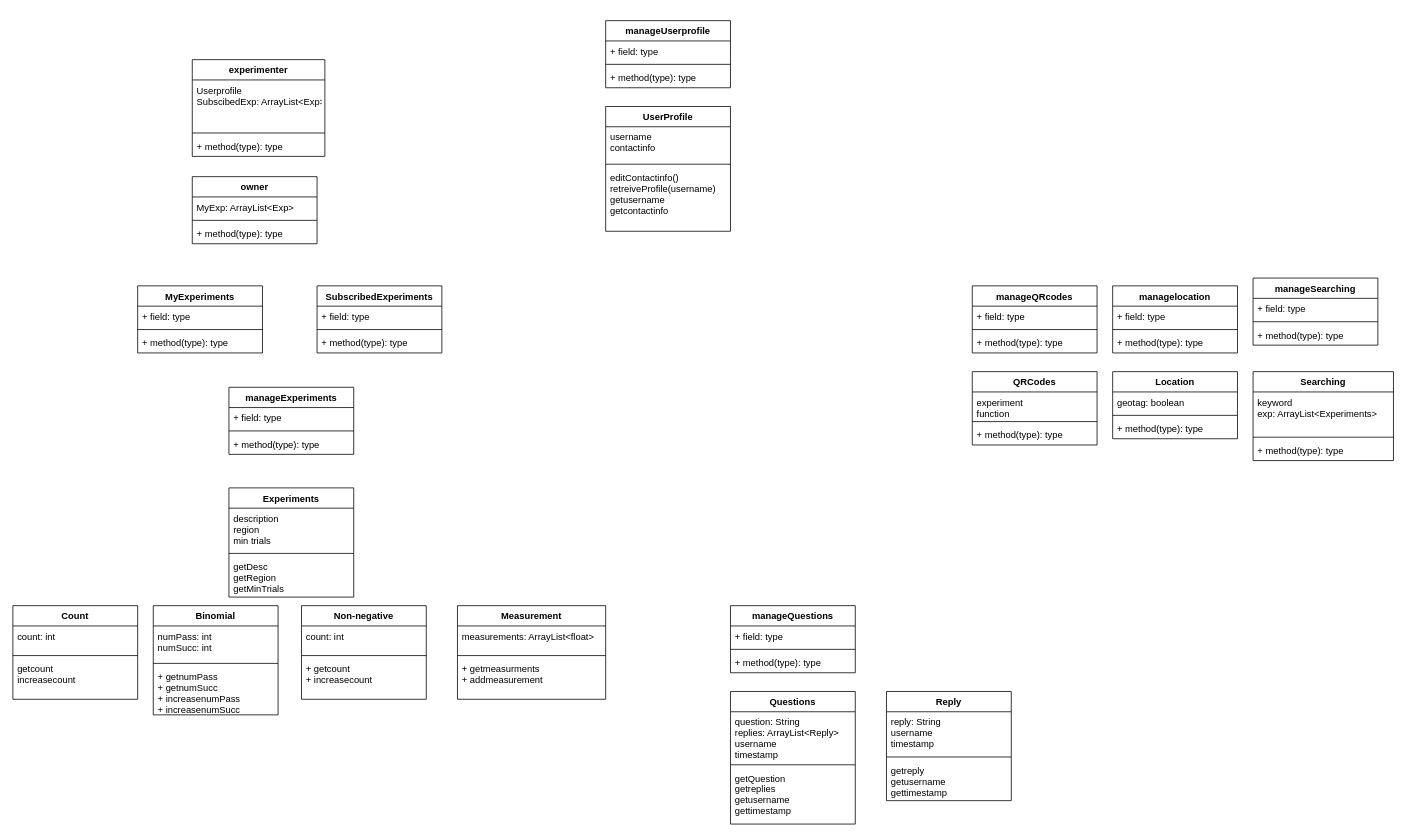
This is doc/UMLdiagram.drawio from CMPUT301W21T26/CrowdTest, a draw.io file, before an edit. Source tidied: cells renumbered, new cells numbered last; positions are measured from the earlier drawing's top-left corner, leaving out a move shared by most shapes. Both pictures are drawn from the tidied source at 78%, with x=0, y=0 at pixel (12, 20).
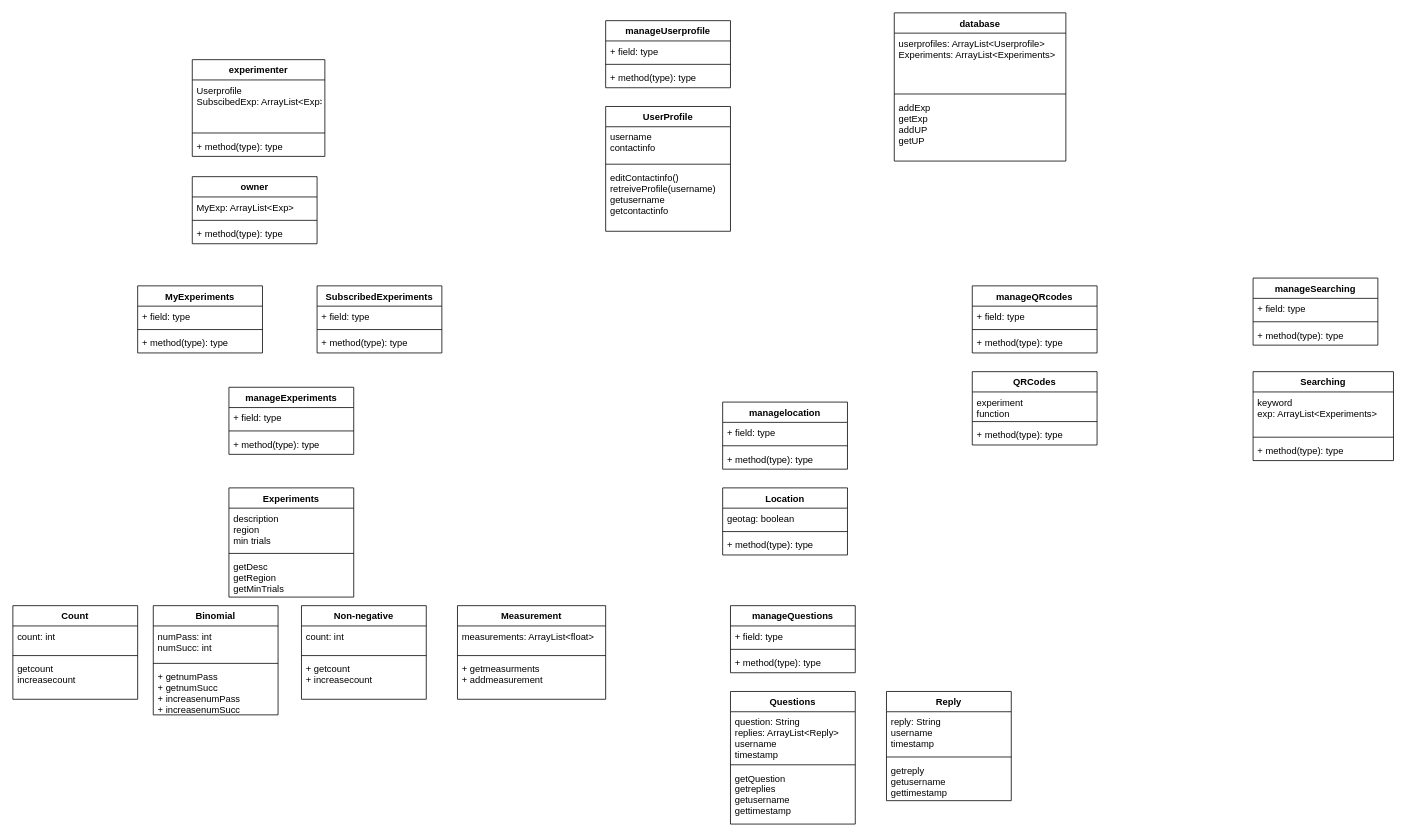
The same page after the edit.

The edit, as a diff of the source:
```diff
@@
     <mxCell id="22" value="Location" style="swimlane;fontStyle=1;align=center;verticalAlign=top;horizontal=1;startSize=26;" parent="1" vertex="1">
-      <mxGeometry x="1410" y="450" width="160" height="86" as="geometry" />
+      <mxGeometry x="910" y="599" width="160" height="86" as="geometry" />
     </mxCell>
@@
     <mxCell id="82" value="managelocation" style="swimlane;fontStyle=1;align=center;verticalAlign=top;horizontal=1;startSize=26;" parent="1" vertex="1">
-      <mxGeometry x="1410" y="340" width="160" height="86" as="geometry" />
+      <mxGeometry x="910" y="489" width="160" height="86" as="geometry" />
     </mxCell>
@@
+    <mxCell id="90" value="database" style="swimlane;fontStyle=1;align=center;verticalAlign=top;horizontal=1;startSize=26;" parent="1" vertex="1">
+      <mxGeometry x="1130" y="-10" width="220" height="190" as="geometry" />
+    </mxCell>
+    <mxCell id="91" value="userprofiles: ArrayList&lt;Userprofile&gt;&#10;Experiments: ArrayList&lt;Experiments&gt;" style="text;strokeColor=none;fillColor=none;align=left;verticalAlign=top;spacingLeft=4;spacingRight=4;overflow=hidden;" parent="90" vertex="1">
+      <mxGeometry y="26" width="220" height="74" as="geometry" />
+    </mxCell>
+    <mxCell id="92" style="line;strokeWidth=1;fillColor=none;align=left;verticalAlign=middle;spacingTop=-1;spacingLeft=3;spacingRight=3;labelPosition=right;" parent="90" vertex="1">
+      <mxGeometry y="100" width="220" height="8" as="geometry" />
+    </mxCell>
+    <mxCell id="93" value="addExp&#10;getExp&#10;addUP&#10;getUP" style="text;strokeColor=none;fillColor=none;align=left;verticalAlign=top;spacingLeft=4;spacingRight=4;overflow=hidden;" parent="90" vertex="1">
+      <mxGeometry y="108" width="220" height="82" as="geometry" />
+    </mxCell>
```
